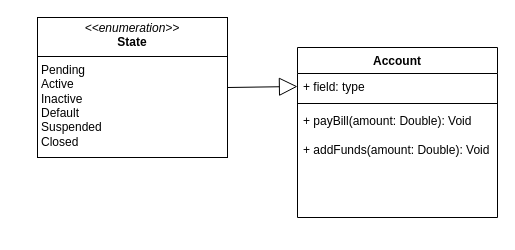
Above: page "Page-3" (3 of 3) of workshop6_week7.drawio in antonykimuom/SWEN30006-2025-SM1-workshop1-tuew05-14-00-team-12 (draw.io), before the change. Source tidied: cells renumbered, new cells numbered last; positions are measured from the earlier drawing's top-left corner, leaving out a move shared by most shapes. Both pictures are drawn from the tidied source at 100%, with x=0, y=0 at pixel (37, 17).
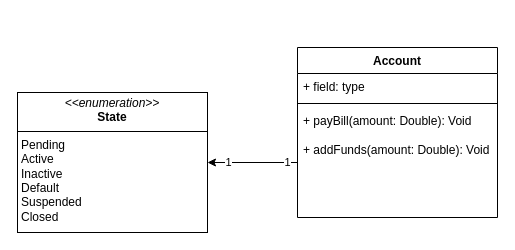
The same diagram, later.

Change to the diagram source:
```diff
@@
 <mxGraphModel>
   <root>
     <mxCell id="0" />
     <mxCell id="1" parent="0" />
     <mxCell id="2" value="Account" style="swimlane;fontStyle=1;align=center;verticalAlign=top;horizontal=1;startSize=26;whiteSpace=wrap;html=1;" parent="1" vertex="1">
       <mxGeometry x="260" y="30" width="200" height="170" as="geometry" />
     </mxCell>
     <mxCell id="3" value="+ field: type" style="text;strokeColor=none;fillColor=none;align=left;verticalAlign=top;spacingLeft=4;spacingRight=4;overflow=hidden;points=[[0,0.5],[1,0.5]];portConstraint=eastwest;whiteSpace=wrap;html=1;" parent="2" vertex="1">
       <mxGeometry y="26" width="200" height="26" as="geometry" />
     </mxCell>
     <mxCell id="4" style="line;strokeWidth=1;fillColor=none;align=left;verticalAlign=middle;spacingTop=-1;spacingLeft=3;spacingRight=3;labelPosition=right;strokeColor=inherit;" parent="2" vertex="1">
       <mxGeometry y="52" width="200" height="8" as="geometry" />
     </mxCell>
     <mxCell id="5" value="+ payBill(amount: Double): Void&lt;div&gt;&lt;br&gt;&lt;/div&gt;&lt;div&gt;+ addFunds(amount: Double): Void&lt;/div&gt;" style="text;strokeColor=none;fillColor=none;align=left;verticalAlign=top;spacingLeft=4;spacingRight=4;overflow=hidden;points=[[0,0.5],[1,0.5]];portConstraint=eastwest;whiteSpace=wrap;html=1;" parent="2" vertex="1">
       <mxGeometry y="60" width="200" height="110" as="geometry" />
     </mxCell>
     <mxCell id="6" value="&lt;p style=&quot;margin:0px;margin-top:4px;text-align:center;&quot;&gt;&lt;i&gt;&amp;lt;&amp;lt;enumeration&amp;gt;&amp;gt;&lt;/i&gt;&lt;br&gt;&lt;b&gt;State&lt;/b&gt;&lt;/p&gt;&lt;hr size=&quot;1&quot; style=&quot;border-style:solid;&quot;&gt;&lt;p style=&quot;margin:0px;margin-left:4px;&quot;&gt;Pending&lt;/p&gt;&lt;p style=&quot;margin:0px;margin-left:4px;&quot;&gt;Active&lt;/p&gt;&lt;p style=&quot;margin:0px;margin-left:4px;&quot;&gt;Inactive&lt;/p&gt;&lt;p style=&quot;margin:0px;margin-left:4px;&quot;&gt;Default&lt;/p&gt;&lt;p style=&quot;margin:0px;margin-left:4px;&quot;&gt;Suspended&lt;/p&gt;&lt;p style=&quot;margin:0px;margin-left:4px;&quot;&gt;Closed&lt;/p&gt;&lt;p style=&quot;margin:0px;margin-left:4px;&quot;&gt;&lt;br&gt;&lt;/p&gt;" style="verticalAlign=top;align=left;overflow=fill;html=1;whiteSpace=wrap;" parent="1" vertex="1">
-      <mxGeometry width="190" height="140" as="geometry" />
+      <mxGeometry x="-20" y="75" width="190" height="140" as="geometry" />
     </mxCell>
-    <mxCell id="7" style="endArrow=block;endSize=16;endFill=0;html=1;rounded=0;exitX=1;exitY=0.5;exitDx=0;exitDy=0;entryX=0;entryY=0.5;entryDx=0;entryDy=0;" parent="1" edge="1" source="6" target="3">
-      <mxGeometry relative="1" as="geometry" />
-    </mxCell>
+    <mxCell id="8" style="endArrow=classic;html=1;rounded=0;exitX=0;exitY=0.5;exitDx=0;exitDy=0;entryX=1;entryY=0.5;entryDx=0;entryDy=0;" parent="1" edge="1" source="5" target="6">
+      <mxGeometry relative="1" as="geometry" />
+    </mxCell>
+    <mxCell id="9" value="1" style="edgeLabel;html=1;align=center;verticalAlign=middle;" parent="8" vertex="1">
+      <mxGeometry x="0.84" y="-1" relative="1" as="geometry">
+        <mxPoint x="13" as="offset" />
+      </mxGeometry>
+    </mxCell>
+    <mxCell id="10" value="1" style="edgeLabel;html=1;align=center;verticalAlign=middle;" parent="8" vertex="1">
+      <mxGeometry x="-0.75" y="-1" relative="1" as="geometry" />
+    </mxCell>
   </root>
 </mxGraphModel>
```
